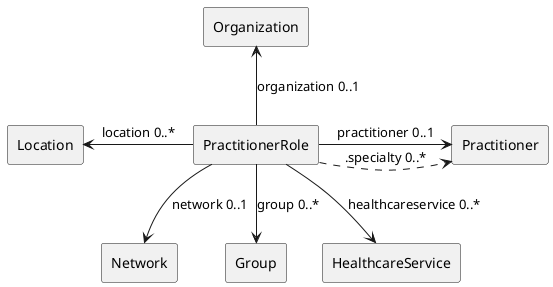
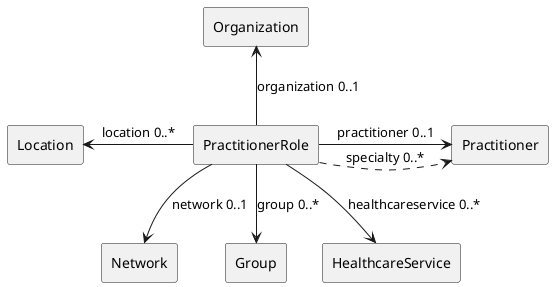
@startuml

agent PractitionerRole as practitionerRole
agent Practitioner as practitioner
agent Organization as organization
agent Location as location
agent Network as network
agent Group as group
agent HealthcareService as service


practitionerRole -right-> practitioner: "practitioner 0..1"
- practitionerRole .right.> practitioner: ".specialty 0..*"
+ practitionerRole .right.> practitioner: "specialty 0..*"
practitionerRole -up-> organization: "organization 0..1"
practitionerRole -left-> location: "location 0..*"
practitionerRole -down-> network: "network 0..1"
practitionerRole -down-> group: "group 0..*"
practitionerRole -down-> service: "healthcareservice 0..*"

@enduml